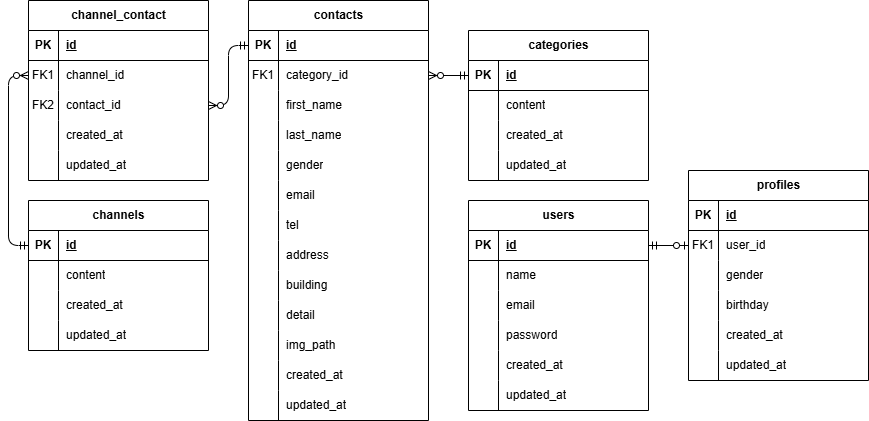
kasahara-dev/kasahara-kadai1 keeps this draw.io diagram as ER.drawio.png. Above is the earlier version. Source tidied: cells renumbered, new cells last; positions are measured from the earlier drawing's top-left corner, leaving out a move shared by most shapes.
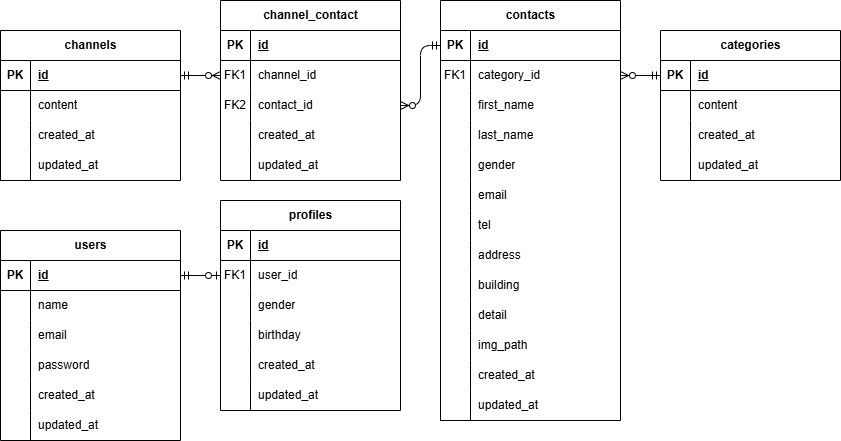
Above is the later version.

Diff of the diagram source:
```diff
@@ -3,7 +3,7 @@
     <mxCell id="0" />
     <mxCell id="1" parent="0" />
     <mxCell id="2" value="users" style="shape=table;startSize=30;rowLines=0;fontStyle=1;align=center;html=1;" parent="1" vertex="1">
-      <mxGeometry x="460" y="200" width="180" height="210" as="geometry" />
+      <mxGeometry x="-200" y="230" width="180" height="210" as="geometry" />
     </mxCell>
     <mxCell id="3" style="shape=tableRow;horizontal=0;startSize=0;swimlaneHead=0;swimlaneBody=0;fillColor=none;points=[[0,0.5],[1,0.5]];portConstraint=eastwest;top=0;left=0;right=0;bottom=1;" parent="2" vertex="1">
       <mxGeometry y="30" width="180" height="30" as="geometry" />
@@ -273,7 +273,7 @@
       <mxGeometry relative="1" as="geometry" />
     </mxCell>
     <mxCell id="92" value="channels" style="shape=table;startSize=30;rowLines=0;fontStyle=1;align=center;html=1;" parent="1" vertex="1">
-      <mxGeometry x="20" y="200" width="180" height="150" as="geometry" />
+      <mxGeometry x="-200" y="30" width="180" height="150" as="geometry" />
     </mxCell>
     <mxCell id="93" style="shape=tableRow;horizontal=0;startSize=0;swimlaneHead=0;swimlaneBody=0;fillColor=none;points=[[0,0.5],[1,0.5]];portConstraint=eastwest;top=0;left=0;right=0;bottom=1;" parent="92" vertex="1">
       <mxGeometry y="30" width="180" height="30" as="geometry" />
@@ -311,16 +311,11 @@
     <mxCell id="104" value="&lt;span style=&quot;color: rgb(0, 0, 0);&quot;&gt;updated_at&lt;/span&gt;" style="shape=partialRectangle;fillColor=none;top=0;left=0;bottom=0;right=0;align=left;spacingLeft=6;overflow=hidden;whiteSpace=wrap;html=1;" parent="102" vertex="1">
       <mxGeometry x="30" width="150" height="30" as="geometry" />
     </mxCell>
-    <mxCell id="105" style="edgeStyle=orthogonalEdgeStyle;fontSize=12;html=1;endArrow=ERzeroToMany;startArrow=ERmandOne;entryX=0;entryY=0.5;entryDx=0;entryDy=0;exitX=0;exitY=0.5;exitDx=0;exitDy=0;" parent="1" edge="1" source="93" target="79">
-      <mxGeometry relative="1" as="geometry">
-        <Array as="points">
-          <mxPoint y="245" />
-          <mxPoint y="75" />
-        </Array>
-      </mxGeometry>
+    <mxCell id="105" style="fontSize=12;html=1;endArrow=ERzeroToMany;startArrow=ERmandOne;entryX=0;entryY=0.5;entryDx=0;entryDy=0;exitX=1;exitY=0.5;exitDx=0;exitDy=0;" parent="1" edge="1" source="93" target="79">
+      <mxGeometry relative="1" as="geometry" />
     </mxCell>
     <mxCell id="106" value="profiles" style="shape=table;startSize=30;rowLines=0;fontStyle=1;align=center;html=1;" parent="1" vertex="1">
-      <mxGeometry x="680" y="170" width="180" height="210" as="geometry" />
+      <mxGeometry x="20" y="200" width="180" height="210" as="geometry" />
     </mxCell>
     <mxCell id="107" style="shape=tableRow;horizontal=0;startSize=0;swimlaneHead=0;swimlaneBody=0;fillColor=none;top=0;left=0;right=0;bottom=1;" parent="106" vertex="1">
       <mxGeometry y="30" width="180" height="30" as="geometry" />
```
